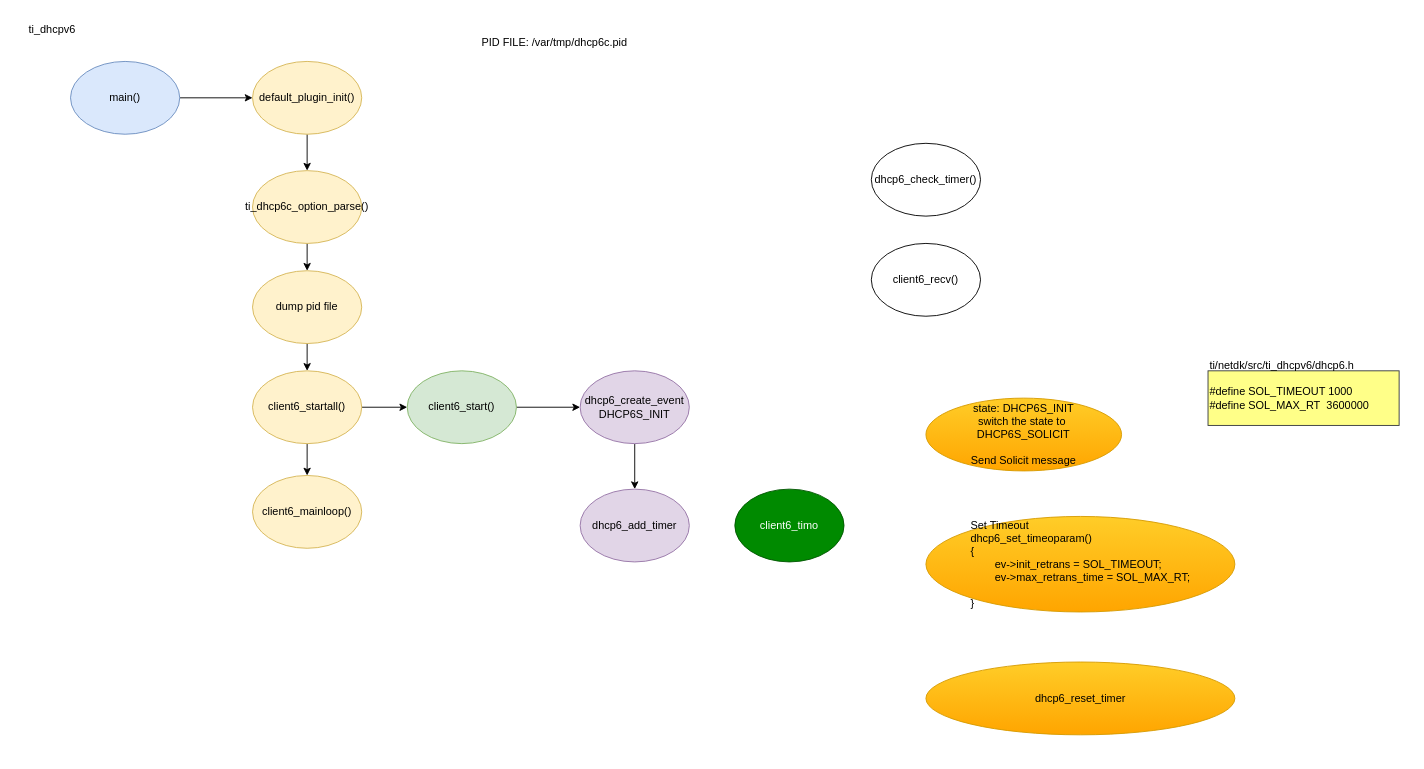
nelsonchung/drawio keeps this draw.io diagram as page "dhcpv6" (10 of 10) of GW7557.drawio. Above is the earlier version. Source tidied: cells renumbered, new cells numbered last; positions are measured from the earlier drawing's top-left corner, leaving out a move shared by most shapes. Both pictures are drawn from the tidied source at 91%, with x=0, y=0 at pixel (15, 15).
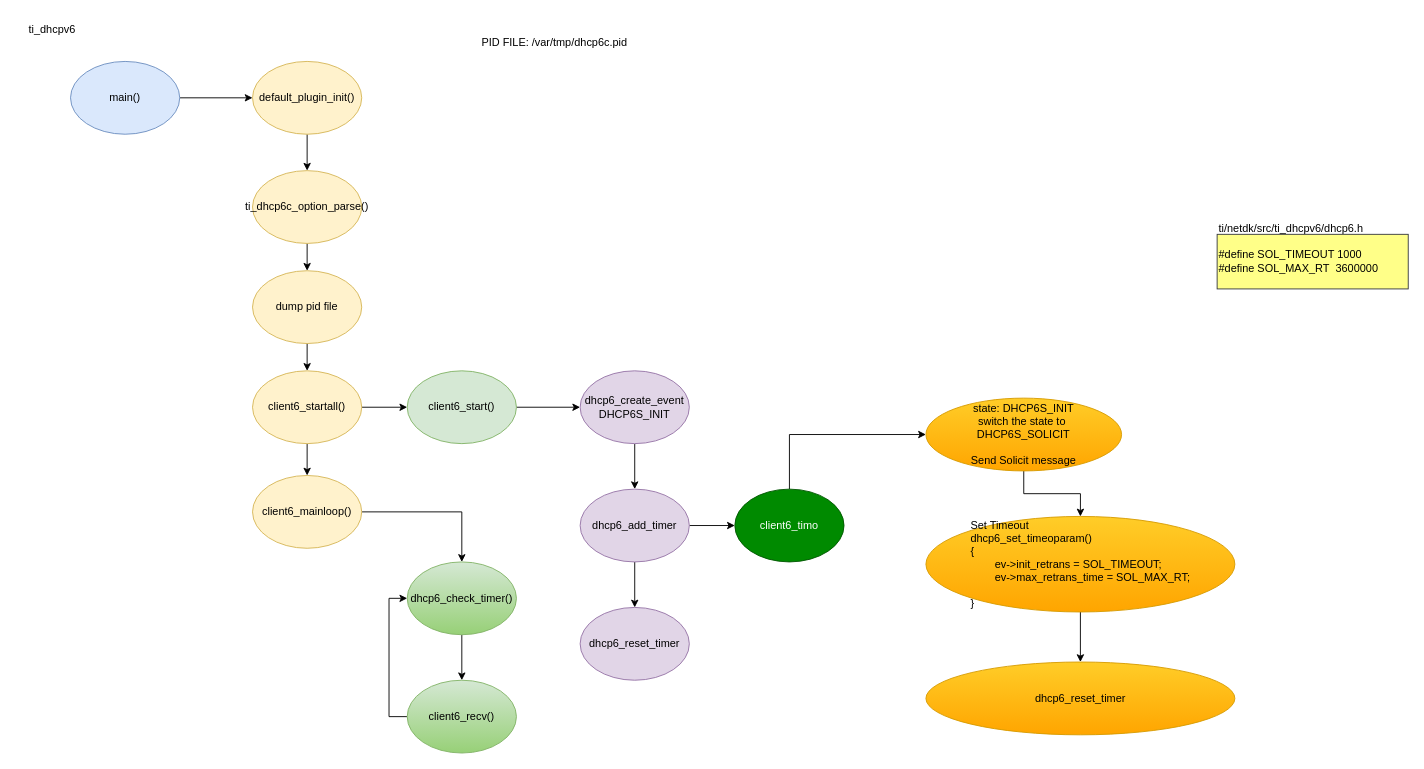
The same page after the edit.

The change refers to these unchanged cells:
```xml
<mxCell id="7" value="client6_mainloop()" style="ellipse;whiteSpace=wrap;html=1;fillColor=#fff2cc;strokeColor=#d6b656;" parent="1" vertex="1">
  <mxGeometry x="260" y="505" width="120" height="80" as="geometry" />
</mxCell>
<mxCell id="22" value="dhcp6_add_timer" style="ellipse;whiteSpace=wrap;html=1;fillColor=#e1d5e7;strokeColor=#9673a6;" parent="1" vertex="1">
  <mxGeometry x="620" y="520" width="120" height="80" as="geometry" />
</mxCell>
<mxCell id="23" value="client6_timo" style="ellipse;whiteSpace=wrap;html=1;fillColor=#008a00;strokeColor=#005700;fontColor=#ffffff;" parent="1" vertex="1">
  <mxGeometry x="790" y="520" width="120" height="80" as="geometry" />
</mxCell>
<mxCell id="24" value="&lt;div style=&quot;text-align: left&quot;&gt;&lt;span&gt;Set Timeout&lt;/span&gt;&lt;/div&gt;&lt;div style=&quot;text-align: left&quot;&gt;&lt;span&gt;dhcp6_set_timeoparam()&lt;/span&gt;&lt;/div&gt;&lt;div style=&quot;text-align: left&quot;&gt;&lt;span&gt;{&lt;/span&gt;&lt;/div&gt;&lt;div style=&quot;text-align: left&quot;&gt;&amp;nbsp; &amp;nbsp; &amp;nbsp; &amp;nbsp; ev-&amp;gt;init_retrans = SOL_TIMEOUT;&lt;/div&gt;&lt;div style=&quot;text-align: left&quot;&gt;&amp;nbsp; &amp;nbsp; &amp;nbsp; &amp;nbsp; ev-&amp;gt;max_retrans_time = SOL_MAX_RT;&lt;/div&gt;&lt;div style=&quot;text-align: left&quot;&gt;&lt;br&gt;&lt;/div&gt;&lt;div style=&quot;text-align: left&quot;&gt;&lt;span&gt;}&lt;/span&gt;&lt;/div&gt;" style="ellipse;whiteSpace=wrap;html=1;fillColor=#ffcd28;strokeColor=#d79b00;gradientColor=#ffa500;" parent="1" vertex="1">
  <mxGeometry x="1000" y="550" width="339.5" height="105" as="geometry" />
</mxCell>
<mxCell id="26" value="&lt;div&gt;state: DHCP6S_INIT&lt;/div&gt;&lt;div&gt;switch the state to&amp;nbsp;&lt;/div&gt;&lt;div&gt;DHCP6S_SOLICIT&lt;/div&gt;&lt;div&gt;&lt;br&gt;&lt;/div&gt;&lt;div&gt;Send Solicit message&lt;/div&gt;" style="ellipse;whiteSpace=wrap;html=1;fillColor=#ffcd28;strokeColor=#d79b00;gradientColor=#ffa500;align=center;" parent="1" vertex="1">
  <mxGeometry x="1000" y="420" width="215" height="80" as="geometry" />
</mxCell>
<mxCell id="27" value="&lt;div style=&quot;text-align: left&quot;&gt;dhcp6_reset_timer&lt;br&gt;&lt;/div&gt;" style="ellipse;whiteSpace=wrap;html=1;fillColor=#ffcd28;strokeColor=#d79b00;gradientColor=#ffa500;" parent="1" vertex="1">
  <mxGeometry x="1000" y="710" width="339.5" height="80" as="geometry" />
</mxCell>
```

The edit, as a diff of the source:
```diff
@@
+    <mxCell id="28" style="edgeStyle=orthogonalEdgeStyle;rounded=0;jettySize=auto;html=1;exitX=0.5;exitY=1;exitDx=0;exitDy=0;entryX=0.5;entryY=0;entryDx=0;entryDy=0;startArrow=none;startFill=0;endArrow=classic;endFill=1;" parent="1" edge="1" source="5" target="6">
+      <mxGeometry relative="1" as="geometry" />
+    </mxCell>
-    <mxCell id="5" value="dhcp6_check_timer()" style="ellipse;whiteSpace=wrap;html=1;" parent="1" vertex="1">
-      <mxGeometry x="940" y="140" width="120" height="80" as="geometry" />
+    <mxCell id="5" value="dhcp6_check_timer()" style="ellipse;whiteSpace=wrap;html=1;gradientColor=#97d077;fillColor=#d5e8d4;strokeColor=#82b366;" parent="1" vertex="1">
+      <mxGeometry x="430" y="600" width="120" height="80" as="geometry" />
     </mxCell>
+    <mxCell id="29" style="edgeStyle=orthogonalEdgeStyle;rounded=0;jettySize=auto;html=1;exitX=0;exitY=0.5;exitDx=0;exitDy=0;entryX=0;entryY=0.5;entryDx=0;entryDy=0;startArrow=none;startFill=0;endArrow=classic;endFill=1;" parent="1" edge="1" source="6" target="5">
+      <mxGeometry relative="1" as="geometry" />
+    </mxCell>
-    <mxCell id="6" value="client6_recv()" style="ellipse;whiteSpace=wrap;html=1;" parent="1" vertex="1">
-      <mxGeometry x="940" y="250" width="120" height="80" as="geometry" />
+    <mxCell id="6" value="client6_recv()" style="ellipse;whiteSpace=wrap;html=1;gradientColor=#97d077;fillColor=#d5e8d4;strokeColor=#82b366;" parent="1" vertex="1">
+      <mxGeometry x="430" y="730" width="120" height="80" as="geometry" />
     </mxCell>
+    <mxCell id="30" style="edgeStyle=orthogonalEdgeStyle;rounded=0;jettySize=auto;html=1;exitX=1;exitY=0.5;exitDx=0;exitDy=0;entryX=0.5;entryY=0;entryDx=0;entryDy=0;startArrow=none;startFill=0;endArrow=classic;endFill=1;" parent="1" edge="1" source="7" target="5">
+      <mxGeometry relative="1" as="geometry" />
+    </mxCell>
@@
+    <mxCell id="31" style="edgeStyle=orthogonalEdgeStyle;rounded=0;jettySize=auto;html=1;exitX=0.5;exitY=1;exitDx=0;exitDy=0;startArrow=none;startFill=0;endArrow=classic;endFill=1;" parent="1" edge="1" source="22" target="36">
+      <mxGeometry relative="1" as="geometry" />
+    </mxCell>
+    <mxCell id="32" style="edgeStyle=orthogonalEdgeStyle;rounded=0;jettySize=auto;html=1;exitX=1;exitY=0.5;exitDx=0;exitDy=0;entryX=0;entryY=0.5;entryDx=0;entryDy=0;startArrow=none;startFill=0;endArrow=classic;endFill=1;" parent="1" edge="1" source="22" target="23">
+      <mxGeometry relative="1" as="geometry" />
+    </mxCell>
@@
+    <mxCell id="33" style="edgeStyle=orthogonalEdgeStyle;rounded=0;jettySize=auto;html=1;exitX=0.5;exitY=0;exitDx=0;exitDy=0;entryX=0;entryY=0.5;entryDx=0;entryDy=0;startArrow=none;startFill=0;endArrow=classic;endFill=1;" parent="1" edge="1" source="23" target="26">
+      <mxGeometry relative="1" as="geometry" />
+    </mxCell>
@@
+    <mxCell id="34" style="edgeStyle=orthogonalEdgeStyle;rounded=0;jettySize=auto;html=1;exitX=0.5;exitY=1;exitDx=0;exitDy=0;entryX=0.5;entryY=0;entryDx=0;entryDy=0;startArrow=none;startFill=0;endArrow=classic;endFill=1;" parent="1" edge="1" source="24" target="27">
+      <mxGeometry relative="1" as="geometry" />
+    </mxCell>
@@
     <mxCell id="25" value="&lt;div&gt;ti/netdk/src/ti_dhcpv6/dhcp6.h&lt;/div&gt;&lt;div&gt;&lt;br&gt;&lt;/div&gt;&lt;div&gt;#define SOL_TIMEOUT 1000&lt;/div&gt;&lt;div&gt;#define SOL_MAX_RT&amp;nbsp; 3600000&lt;/div&gt;&lt;div&gt;&lt;br&gt;&lt;/div&gt;&lt;div&gt;&lt;br&gt;&lt;/div&gt;" style="rounded=0;whiteSpace=wrap;html=1;align=left;fillColor=#ffff88;strokeColor=#36393d;" parent="1" vertex="1">
-      <mxGeometry x="1310" y="390" width="210" height="60" as="geometry" />
+      <mxGeometry x="1320" y="240" width="210" height="60" as="geometry" />
     </mxCell>
+    <mxCell id="35" style="edgeStyle=orthogonalEdgeStyle;rounded=0;jettySize=auto;html=1;exitX=0.5;exitY=1;exitDx=0;exitDy=0;entryX=0.5;entryY=0;entryDx=0;entryDy=0;startArrow=none;startFill=0;endArrow=classic;endFill=1;" parent="1" edge="1" source="26" target="24">
+      <mxGeometry relative="1" as="geometry" />
+    </mxCell>
@@
+    <mxCell id="36" value="dhcp6_reset_timer" style="ellipse;whiteSpace=wrap;html=1;fillColor=#e1d5e7;strokeColor=#9673a6;" parent="1" vertex="1">
+      <mxGeometry x="620" y="650" width="120" height="80" as="geometry" />
+    </mxCell>
```
